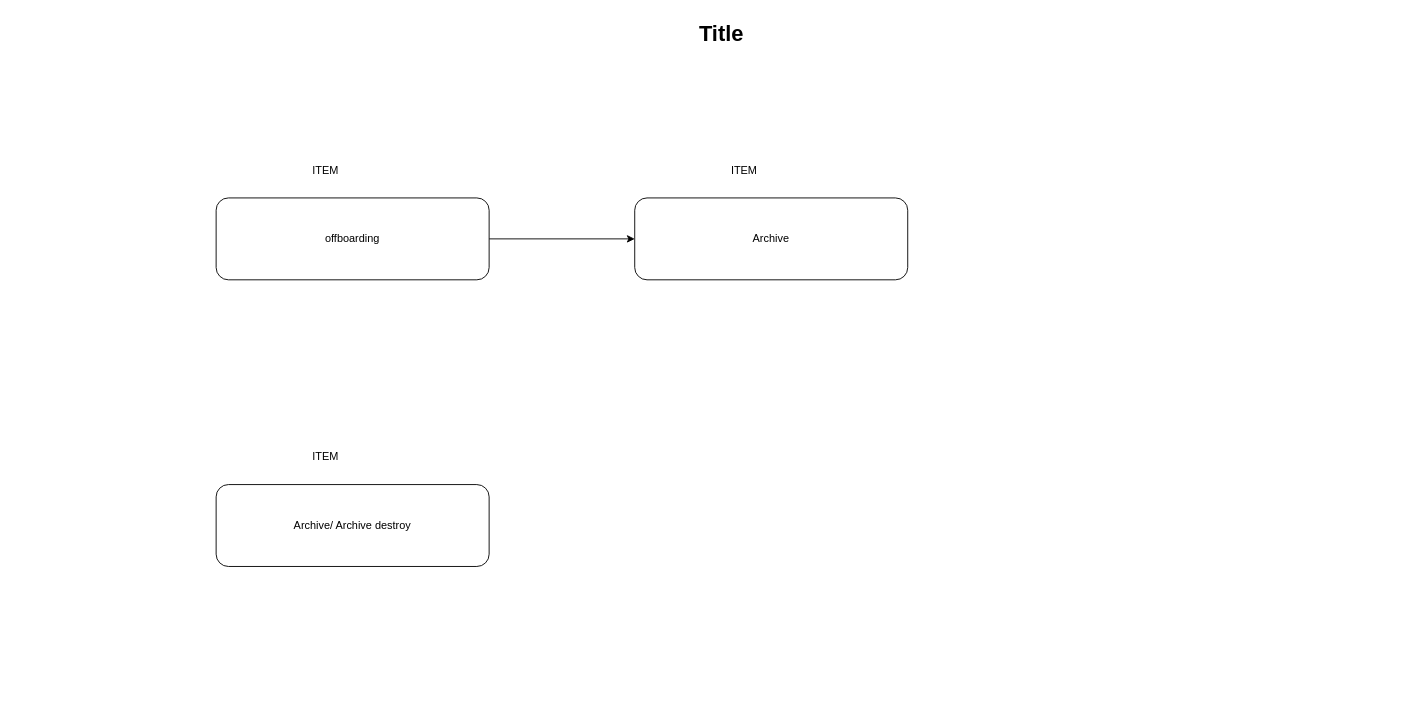
drizzlt/draw keeps this draw.io diagram as files/Untitled Diagram.drawio. Above is the earlier version. Source tidied: cells renumbered, new cells numbered last; positions are measured from the earlier drawing's top-left corner, leaving out a move shared by most shapes. Both pictures are drawn from the tidied source at 91%, with x=0, y=0 at pixel (34, 15).
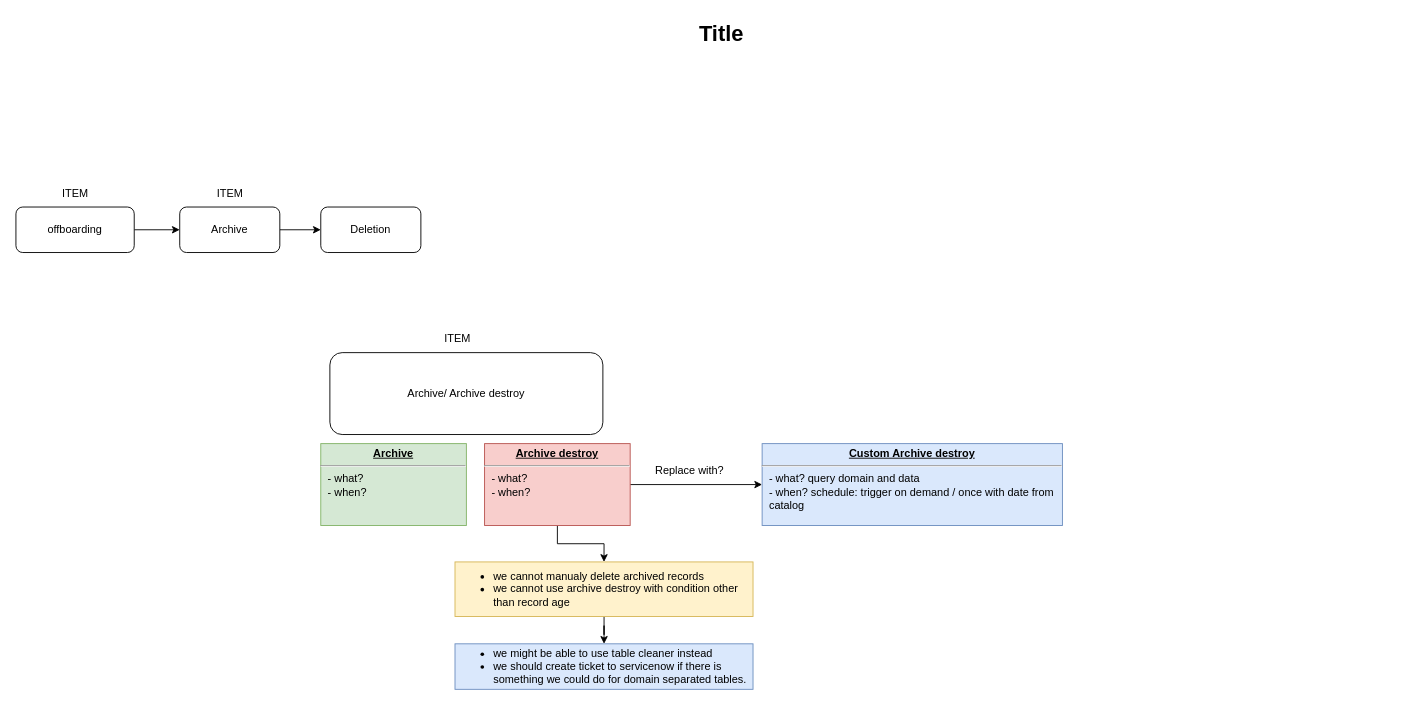
After the change.

Change to the diagram source:
```diff
@@
     <mxCell id="4" value="offboarding" style="rounded=1;whiteSpace=wrap;html=1;" parent="1" vertex="1">
-      <mxGeometry x="200" y="200" width="300" height="90" as="geometry" />
+      <mxGeometry x="-20" y="210" width="130" height="50" as="geometry" />
     </mxCell>
     <mxCell id="5" value="ITEM" style="text;html=1;align=center;verticalAlign=middle;strokeColor=none;fillColor=none;" parent="1" vertex="1">
-      <mxGeometry x="295" y="155" width="50" height="30" as="geometry" />
+      <mxGeometry x="20" y="180" width="50" height="30" as="geometry" />
     </mxCell>
-    <mxCell id="6" value="Archive" style="rounded=1;whiteSpace=wrap;html=1;" parent="1" vertex="1">
-      <mxGeometry x="660" y="200" width="300" height="90" as="geometry" />
-    </mxCell>
     <mxCell id="7" value="ITEM" style="text;html=1;align=center;verticalAlign=middle;strokeColor=none;fillColor=none;" parent="1" vertex="1">
-      <mxGeometry x="755" y="155" width="50" height="30" as="geometry" />
+      <mxGeometry x="190" y="180" width="50" height="30" as="geometry" />
     </mxCell>
     <mxCell id="8" value="Archive/ Archive destroy" style="rounded=1;whiteSpace=wrap;html=1;" parent="1" vertex="1">
-      <mxGeometry x="200" y="515" width="300" height="90" as="geometry" />
+      <mxGeometry x="325" y="370" width="300" height="90" as="geometry" />
     </mxCell>
     <mxCell id="9" value="ITEM" style="text;html=1;align=center;verticalAlign=middle;strokeColor=none;fillColor=none;" parent="1" vertex="1">
-      <mxGeometry x="295" y="470" width="50" height="30" as="geometry" />
+      <mxGeometry x="440" y="340" width="50" height="30" as="geometry" />
     </mxCell>
+    <mxCell id="10" value="&lt;p style=&quot;margin:0px;margin-top:4px;text-align:center;text-decoration:underline;&quot;&gt;&lt;b&gt;Archive&lt;/b&gt;&lt;/p&gt;&lt;hr&gt;&lt;p style=&quot;margin:0px;margin-left:8px;&quot;&gt;- what?&lt;/p&gt;&lt;p style=&quot;margin:0px;margin-left:8px;&quot;&gt;- when?&lt;br&gt;&lt;/p&gt;" style="verticalAlign=top;align=left;overflow=fill;fontSize=12;fontFamily=Helvetica;html=1;whiteSpace=wrap;fillColor=#d5e8d4;strokeColor=#82b366;" parent="1" vertex="1">
+      <mxGeometry x="315" y="470" width="160" height="90" as="geometry" />
+    </mxCell>
+    <mxCell id="11" style="edgeStyle=orthogonalEdgeStyle;rounded=0;jettySize=auto;html=1;entryX=0;entryY=0.5;entryDx=0;entryDy=0;" parent="1" edge="1" source="13" target="16">
+      <mxGeometry relative="1" as="geometry" />
+    </mxCell>
+    <mxCell id="12" style="edgeStyle=orthogonalEdgeStyle;rounded=0;jettySize=auto;html=1;exitX=0.5;exitY=1;exitDx=0;exitDy=0;entryX=0.5;entryY=0;entryDx=0;entryDy=0;" parent="1" edge="1" source="13" target="20">
+      <mxGeometry relative="1" as="geometry" />
+    </mxCell>
+    <mxCell id="13" value="&lt;p style=&quot;margin:0px;margin-top:4px;text-align:center;text-decoration:underline;&quot;&gt;&lt;b&gt;Archive destroy&lt;/b&gt;&lt;/p&gt;&lt;hr&gt;&lt;p style=&quot;margin:0px;margin-left:8px;&quot;&gt;- what?&lt;/p&gt;&lt;p style=&quot;margin:0px;margin-left:8px;&quot;&gt;- when?&lt;br&gt;&lt;/p&gt;" style="verticalAlign=top;align=left;overflow=fill;fontSize=12;fontFamily=Helvetica;html=1;whiteSpace=wrap;fillColor=#f8cecc;strokeColor=#b85450;" parent="1" vertex="1">
+      <mxGeometry x="495" y="470" width="160" height="90" as="geometry" />
+    </mxCell>
+    <mxCell id="14" style="edgeStyle=orthogonalEdgeStyle;rounded=0;orthogonalLoop=1;jettySize=auto;html=1;exitX=0.5;exitY=1;exitDx=0;exitDy=0;" parent="1" edge="1" source="4" target="4">
+      <mxGeometry relative="1" as="geometry" />
+    </mxCell>
+    <mxCell id="15" style="edgeStyle=orthogonalEdgeStyle;rounded=0;jettySize=auto;html=1;entryX=0;entryY=0.5;entryDx=0;entryDy=0;" parent="1" edge="1" source="6" target="18">
+      <mxGeometry relative="1" as="geometry" />
+    </mxCell>
+    <mxCell id="6" value="Archive" style="rounded=1;whiteSpace=wrap;html=1;" parent="1" vertex="1">
+      <mxGeometry x="160" y="210" width="110" height="50" as="geometry" />
+    </mxCell>
+    <mxCell id="16" value="&lt;p style=&quot;margin:0px;margin-top:4px;text-align:center;text-decoration:underline;&quot;&gt;&lt;b&gt;Custom Archive destroy&lt;/b&gt;&lt;/p&gt;&lt;hr&gt;&lt;p style=&quot;margin:0px;margin-left:8px;&quot;&gt;- what? query domain and data&lt;/p&gt;&lt;p style=&quot;margin:0px;margin-left:8px;&quot;&gt;- when? schedule: trigger on demand / once with date from catalog&lt;br&gt;&lt;/p&gt;" style="verticalAlign=top;align=left;overflow=fill;fontSize=12;fontFamily=Helvetica;html=1;whiteSpace=wrap;fillColor=#dae8fc;strokeColor=#6c8ebf;" parent="1" vertex="1">
+      <mxGeometry x="800" y="470" width="330" height="90" as="geometry" />
+    </mxCell>
+    <mxCell id="17" value="Replace with?" style="text;html=1;align=center;verticalAlign=middle;strokeColor=none;fillColor=none;" parent="1" vertex="1">
+      <mxGeometry x="670" y="485" width="100" height="30" as="geometry" />
+    </mxCell>
+    <mxCell id="18" value="Deletion" style="rounded=1;whiteSpace=wrap;html=1;" parent="1" vertex="1">
+      <mxGeometry x="315" y="210" width="110" height="50" as="geometry" />
+    </mxCell>
+    <mxCell id="19" style="edgeStyle=orthogonalEdgeStyle;rounded=0;jettySize=auto;html=1;" parent="1" edge="1" source="20" target="21">
+      <mxGeometry relative="1" as="geometry" />
+    </mxCell>
+    <mxCell id="20" value="&lt;div style=&quot;&quot;&gt;&lt;ul&gt;&lt;li&gt;&lt;span style=&quot;background-color: initial;&quot;&gt;we cannot manualy delete archived records&lt;/span&gt;&lt;/li&gt;&lt;li&gt;we cannot use archive destroy with condition other than record age&lt;/li&gt;&lt;/ul&gt;&lt;/div&gt;" style="rounded=0;whiteSpace=wrap;html=1;align=left;fillColor=#fff2cc;strokeColor=#d6b656;" parent="1" vertex="1">
+      <mxGeometry x="462.5" y="600" width="327.5" height="60" as="geometry" />
+    </mxCell>
+    <mxCell id="21" value="&lt;div style=&quot;&quot;&gt;&lt;ul&gt;&lt;li&gt;we might be able to use table cleaner instead&lt;/li&gt;&lt;li&gt;we should create ticket to servicenow if there is something we could do for domain separated tables.&lt;/li&gt;&lt;/ul&gt;&lt;/div&gt;" style="rounded=0;whiteSpace=wrap;html=1;align=left;fillColor=#dae8fc;strokeColor=#6c8ebf;" parent="1" vertex="1">
+      <mxGeometry x="462.5" y="690" width="327.5" height="50" as="geometry" />
+    </mxCell>
```
